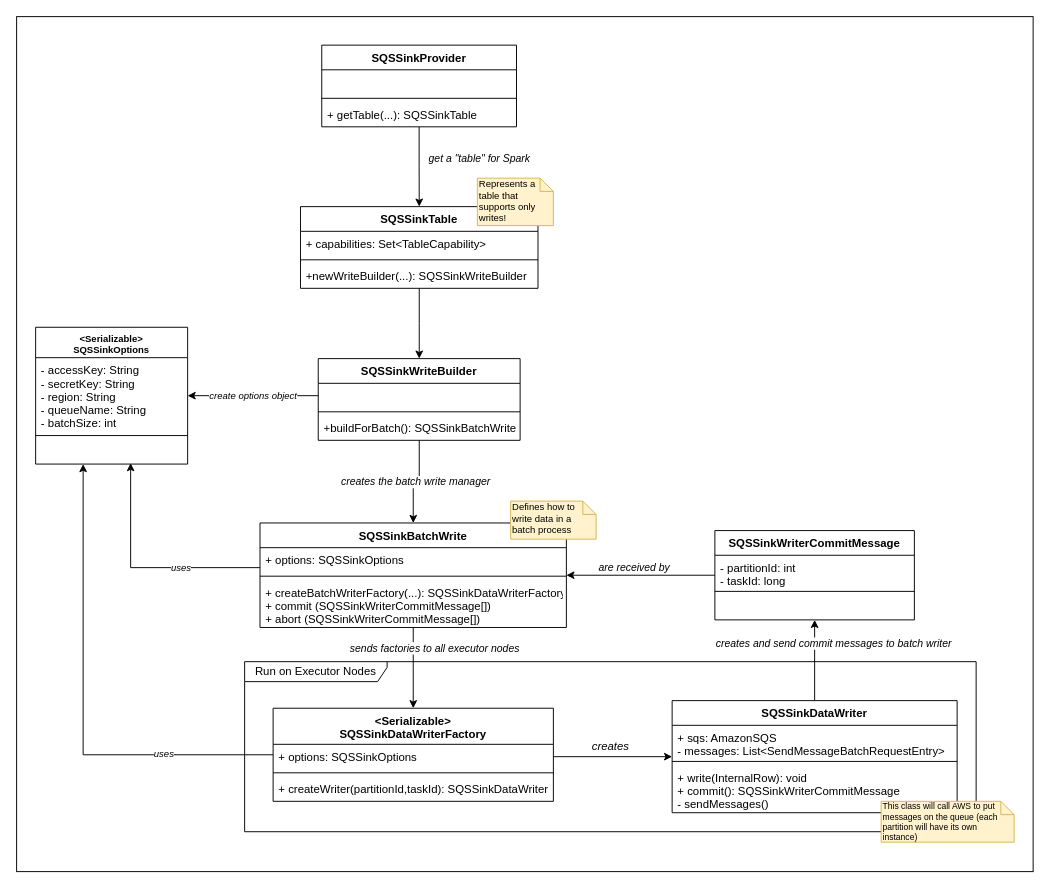
The draw.io diagram doc/Class Diagram.drawio in fabiogouw/spark-aws-messaging, before the edit. Source tidied: cells renumbered, new cells numbered last; positions are measured from the earlier drawing's top-left corner, leaving out a move shared by most shapes. Both pictures are drawn from the tidied source at 95%, with x=0, y=0 at pixel (16, 16).
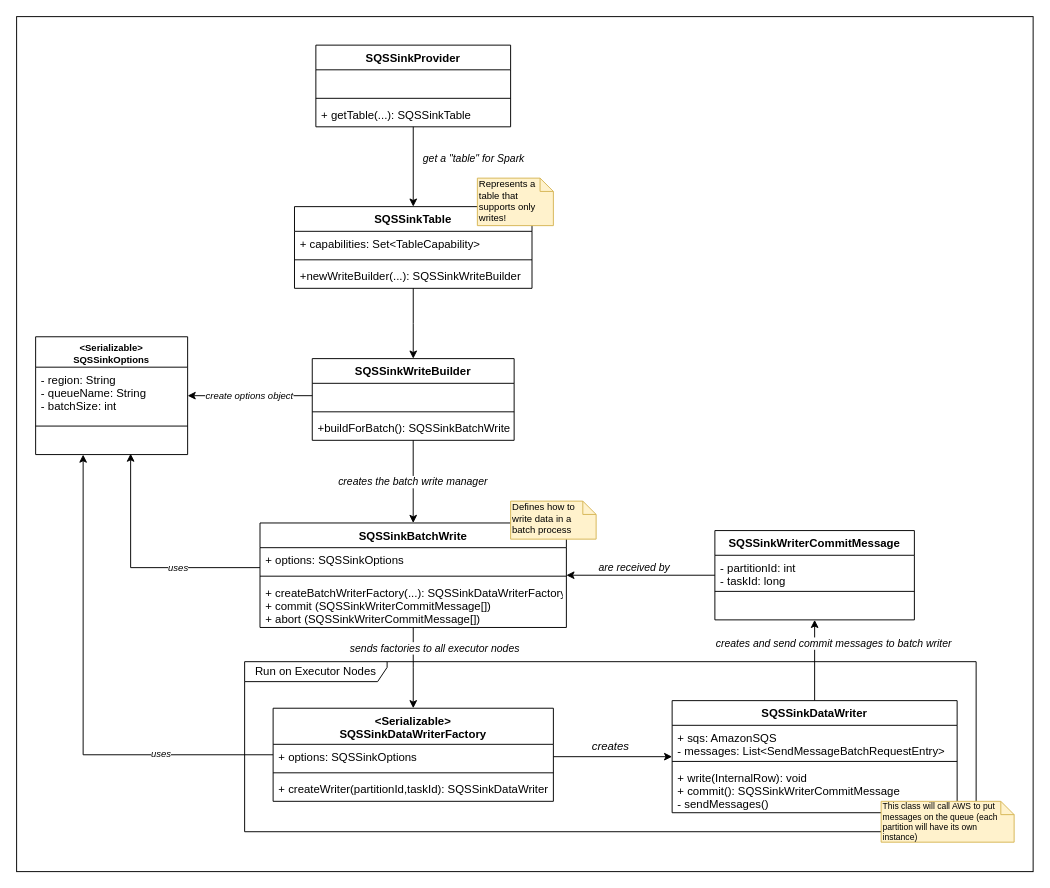
After the change.

Commit message:
Removing members from SQSSinkOptions that no longer exists

Change to the diagram source:
```diff
@@
     <mxCell id="35" value="SQSSinkWriteBuilder" style="swimlane;fontStyle=1;align=center;verticalAlign=top;horizontal=1;startSize=26;" parent="3" vertex="1">
-      <mxGeometry x="317.5" y="360" width="212.5" height="86" as="geometry" />
+      <mxGeometry x="311.2" y="360" width="212.5" height="86" as="geometry" />
     </mxCell>
@@
     <mxCell id="40" value="&lt;Serializable&gt;&#10;SQSSinkOptions" style="swimlane;fontStyle=1;align=center;verticalAlign=top;horizontal=1;startSize=32;fontSize=10;fontColor=none;" parent="3" vertex="1">
-      <mxGeometry x="20" y="327" width="160" height="144" as="geometry" />
+      <mxGeometry x="20" y="337" width="160" height="124" as="geometry" />
     </mxCell>
-    <mxCell id="41" value="- accessKey: String&#10;- secretKey: String&#10;- region: String&#10;- queueName: String&#10;- batchSize: int" style="text;strokeColor=none;fillColor=none;align=left;verticalAlign=top;spacingLeft=4;spacingRight=4;overflow=hidden;" parent="40" vertex="1">
-      <mxGeometry y="32" width="160" height="78" as="geometry" />
+    <mxCell id="41" value="- region: String&#10;- queueName: String&#10;- batchSize: int" style="text;strokeColor=none;fillColor=none;align=left;verticalAlign=top;spacingLeft=4;spacingRight=4;overflow=hidden;" parent="40" vertex="1">
+      <mxGeometry y="32" width="160" height="58" as="geometry" />
     </mxCell>
     <mxCell id="42" style="line;strokeWidth=1;fillColor=none;align=left;verticalAlign=middle;spacingTop=-1;spacingLeft=3;spacingRight=3;labelPosition=right;" parent="40" vertex="1">
-      <mxGeometry y="110" width="160" height="8" as="geometry" />
+      <mxGeometry y="90" width="160" height="8" as="geometry" />
     </mxCell>
     <mxCell id="43" value="+ method(type): type" style="text;strokeColor=none;fillColor=none;align=left;verticalAlign=top;spacingLeft=4;spacingRight=4;overflow=hidden;points=[[0,0.5],[1,0.5]];portConstraint=eastwest;noLabel=1;fontColor=none;" parent="40" vertex="1">
-      <mxGeometry y="118" width="160" height="26" as="geometry" />
+      <mxGeometry y="98" width="160" height="26" as="geometry" />
     </mxCell>
     <mxCell id="44" value="SQSSinkTable" style="swimlane;fontStyle=1;align=center;verticalAlign=top;horizontal=1;startSize=26;" parent="3" vertex="1">
-      <mxGeometry x="298.8" y="200" width="250" height="86" as="geometry" />
+      <mxGeometry x="292.5" y="200" width="250" height="86" as="geometry" />
     </mxCell>
@@
     <mxCell id="48" value="SQSSinkProvider" style="swimlane;fontStyle=1;align=center;verticalAlign=top;horizontal=1;startSize=26;" parent="3" vertex="1">
-      <mxGeometry x="321.2" y="30" width="205" height="86" as="geometry" />
+      <mxGeometry x="315" y="30" width="205" height="86" as="geometry" />
     </mxCell>
```
